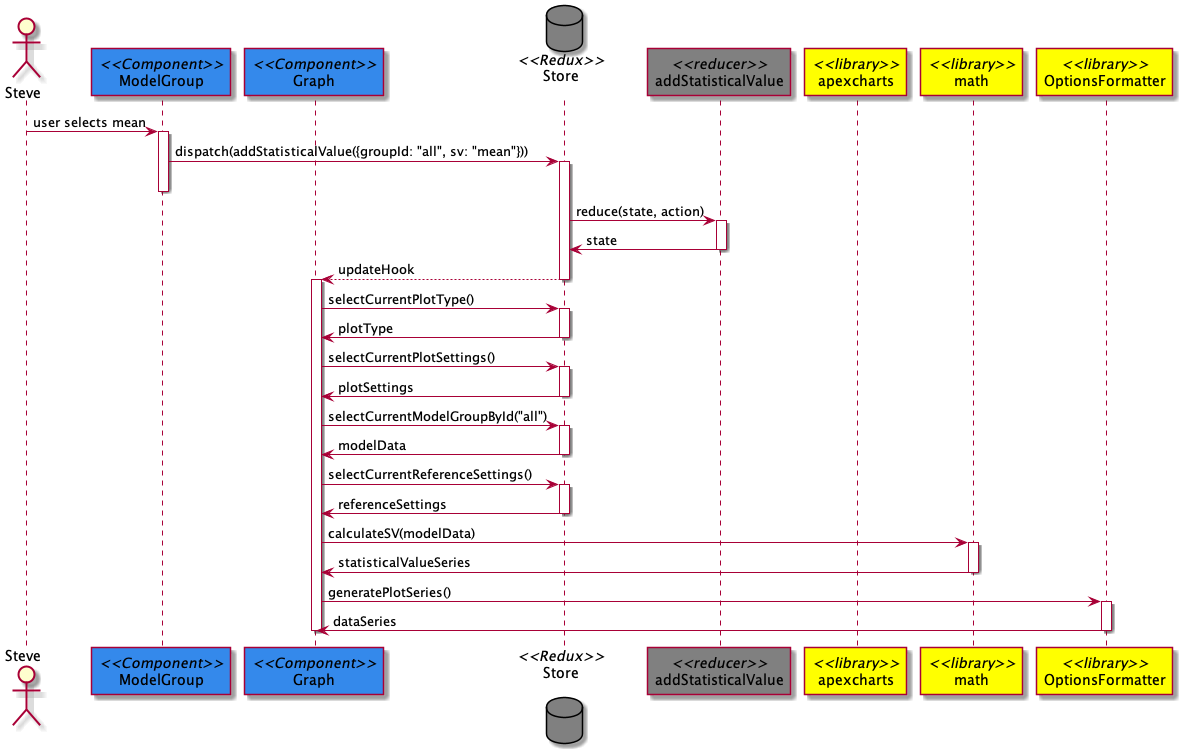
Before: DesignPhase/UML/sequence-diagrams/statistical-values/sequence-diagram.png, a diagram exported from PlantUML (EOSC-synergy/o3webapp).
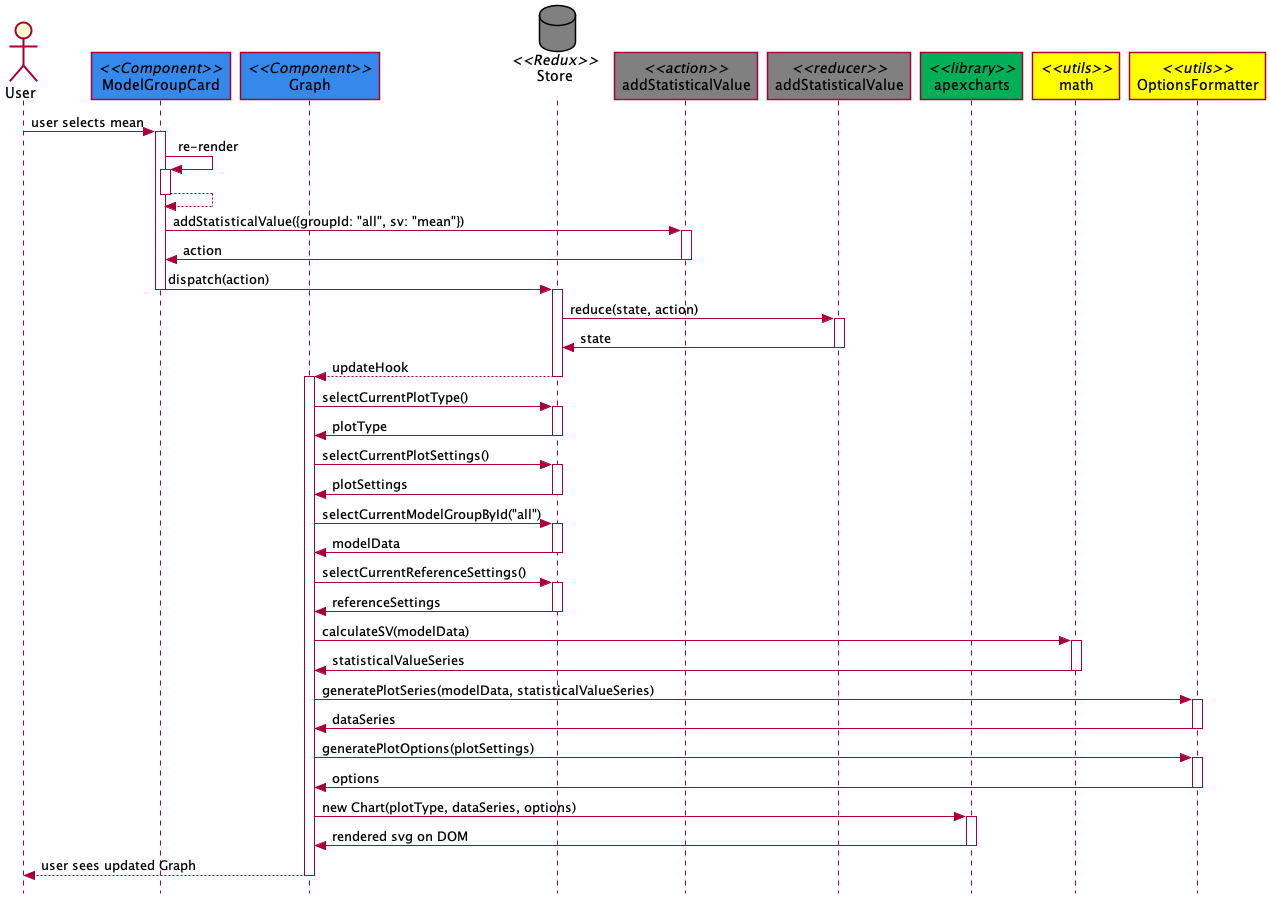
Above is the later version.

Commit message:
updated seq diagram according to conventions

The edit, as a diff of the source:
```diff
@@ -1,20 +1,31 @@
 @startuml
-actor Steve
-participant "//<<Component>>//\nModelGroup" as MG #3489eb
+skinparam style strictuml
+actor User as Steve
+participant "//<<Component>>//\nModelGroupCard" as MG #3489eb
 participant "//<<Component>>//\nGraph" as Graph #3489eb
 database "//<<Redux>>//\nStore\n" as Store #808080
+participant "//<<action>>//\naddStatisticalValue" as action #808080
 participant "//<<reducer>>//\naddStatisticalValue" as reducer #808080
-participant "//<<library>>//\napexcharts" as apexcharts #ffff00
-participant "//<<library>>//\nmath" as math #ffff00
-participant "//<<library>>//\nOptionsFormatter" as formatter #ffff00
+participant "//<<library>>//\napexcharts" as apexcharts #00af57
+participant "//<<utils>>//\nmath" as math #ffff00
+participant "//<<utils>>//\nOptionsFormatter" as formatter #ffff00
 
 
 Steve->MG: user selects mean
 activate MG
-MG->Store: dispatch(addStatisticalValue({groupId: "all", sv: "mean"}))
+MG->MG: re-render
+activate MG
+MG-->MG:
+deactivate MG
+MG->action: addStatisticalValue({groupId: "all", sv: "mean"})
+activate action
+MG<-action: action
+deactivate action
+MG->Store: dispatch(action)
+deactivate MG
 activate Store
-deactivate MG
 Store -> reducer: reduce(state, action)
+
 activate reducer
 Store <- reducer: state
 deactivate reducer
@@ -44,10 +55,19 @@
 activate math
 Graph<-math: statisticalValueSeries
 deactivate math
-Graph->formatter: generatePlotSeries()
+Graph->formatter: generatePlotSeries(modelData, statisticalValueSeries)
 activate formatter
 Graph<-formatter: dataSeries
 deactivate formatter
+Graph->formatter: generatePlotOptions(plotSettings)
+activate formatter
+Graph<-formatter: options
+deactivate formatter
+Graph->apexcharts: new Chart(plotType, dataSeries, options)
+activate apexcharts
+Graph<-apexcharts: rendered svg on DOM
+deactivate apexcharts
+Steve<--Graph: user sees updated Graph
 deactivate Graph
 
 @enduml
```
